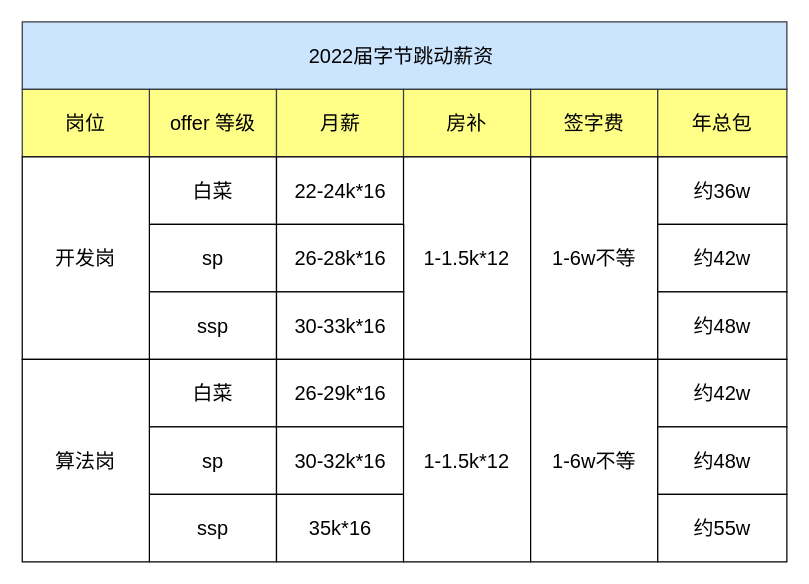
The draw.io diagram 杂/22届字节.drawio in xiaolincoder/ImageHost4, before the edit. Source tidied: cells renumbered, new cells numbered last; positions are measured from the earlier drawing's top-left corner, leaving out a move shared by most shapes. Both pictures are drawn from the tidied source at 125%, with x=0, y=0 at pixel (21, 21).
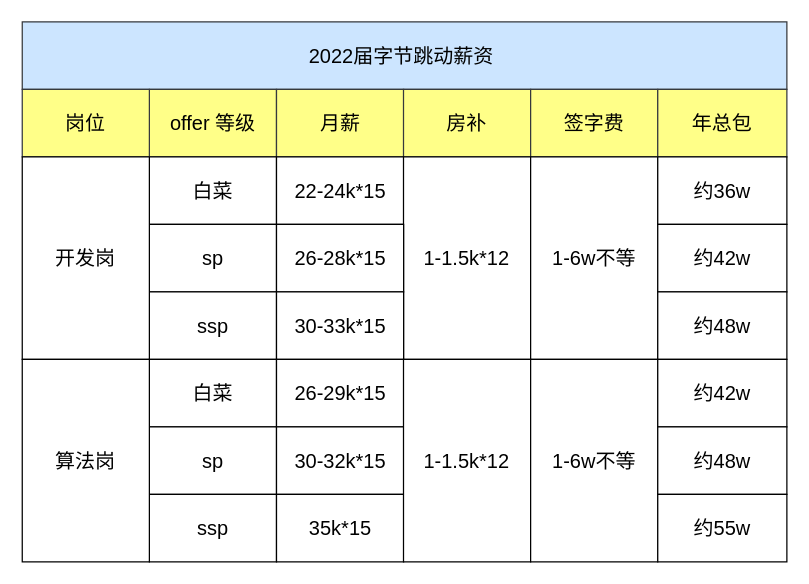
The same diagram, later.

Diff of the diagram source:
```diff
@@
-    <mxCell id="8" value="22-24k*16" style="rounded=0;whiteSpace=wrap;html=1;fontSize=16;" parent="1" vertex="1">
+    <mxCell id="8" value="22-24k*15" style="rounded=0;whiteSpace=wrap;html=1;fontSize=16;" parent="1" vertex="1">
       <mxGeometry x="203.7" y="108" width="101.7" height="54" as="geometry" />
     </mxCell>
@@
-    <mxCell id="12" value="26-28k*16" style="rounded=0;whiteSpace=wrap;html=1;fontSize=16;" parent="1" vertex="1">
+    <mxCell id="12" value="26-28k*15" style="rounded=0;whiteSpace=wrap;html=1;fontSize=16;" parent="1" vertex="1">
       <mxGeometry x="203.7" y="162" width="101.7" height="54" as="geometry" />
     </mxCell>
@@
-    <mxCell id="14" value="30-33k*16" style="rounded=0;whiteSpace=wrap;html=1;fontSize=16;" parent="1" vertex="1">
+    <mxCell id="14" value="30-33k*15" style="rounded=0;whiteSpace=wrap;html=1;fontSize=16;" parent="1" vertex="1">
       <mxGeometry x="203.7" y="216" width="101.7" height="54" as="geometry" />
     </mxCell>
@@
-    <mxCell id="20" value="26-29k*16" style="rounded=0;whiteSpace=wrap;html=1;fontSize=16;" parent="1" vertex="1">
+    <mxCell id="20" value="26-29k*15" style="rounded=0;whiteSpace=wrap;html=1;fontSize=16;" parent="1" vertex="1">
       <mxGeometry x="203.7" y="270" width="101.7" height="54" as="geometry" />
     </mxCell>
-    <mxCell id="21" value="30-32k*16" style="rounded=0;whiteSpace=wrap;html=1;fontSize=16;" parent="1" vertex="1">
+    <mxCell id="21" value="30-32k*15" style="rounded=0;whiteSpace=wrap;html=1;fontSize=16;" parent="1" vertex="1">
       <mxGeometry x="203.7" y="324" width="101.7" height="54" as="geometry" />
     </mxCell>
-    <mxCell id="22" value="35k*16" style="rounded=0;whiteSpace=wrap;html=1;fontSize=16;" parent="1" vertex="1">
+    <mxCell id="22" value="35k*15" style="rounded=0;whiteSpace=wrap;html=1;fontSize=16;" parent="1" vertex="1">
       <mxGeometry x="203.7" y="378" width="101.7" height="54" as="geometry" />
     </mxCell>
```
